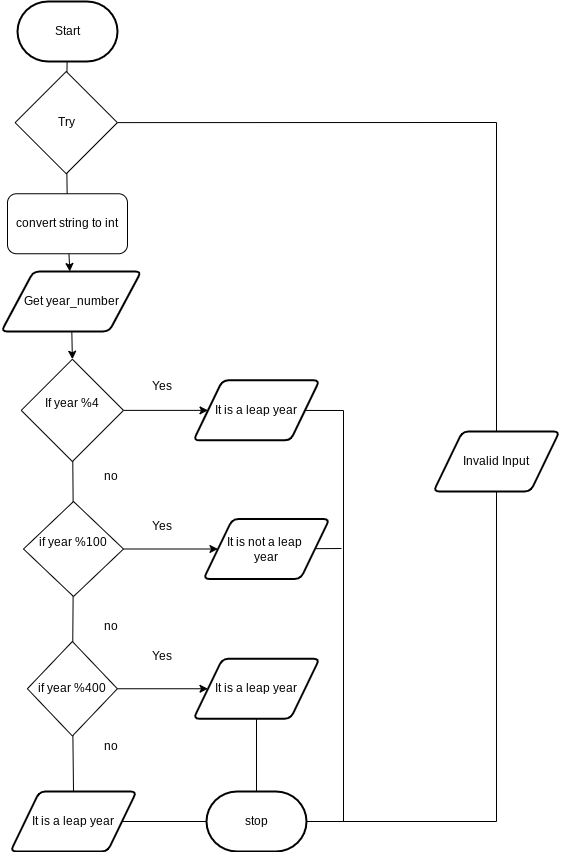
The draw.io diagram FlowChart3-07FIXED.png in JacksonNaufal/ICS3U-Unit3-08-Python, before a commit. Source tidied: cells renumbered, new cells last; positions are measured from the earlier drawing's top-left corner, leaving out a move shared by most shapes. Its diagram source:
```xml
<mxGraphModel>
  <root>
    <mxCell id="0" />
    <mxCell id="1" parent="0" />
    <mxCell id="2" style="edgeStyle=none;html=1;startArrow=none;" parent="1" edge="1" source="28" target="5">
      <mxGeometry relative="1" as="geometry" />
    </mxCell>
    <mxCell id="3" value="Start" style="strokeWidth=2;html=1;shape=mxgraph.flowchart.terminator;whiteSpace=wrap;" parent="1" vertex="1">
      <mxGeometry x="16" width="100" height="60" as="geometry" />
    </mxCell>
    <mxCell id="4" style="edgeStyle=none;html=1;entryX=0.5;entryY=0;entryDx=0;entryDy=0;" parent="1" edge="1" source="5" target="8">
      <mxGeometry relative="1" as="geometry" />
    </mxCell>
    <mxCell id="5" value="Get year_number" style="shape=parallelogram;html=1;strokeWidth=2;perimeter=parallelogramPerimeter;whiteSpace=wrap;rounded=1;arcSize=12;size=0.23;" parent="1" vertex="1">
      <mxGeometry x="-0.2" y="270" width="140" height="60" as="geometry" />
    </mxCell>
    <mxCell id="6" value="stop" style="strokeWidth=2;html=1;shape=mxgraph.flowchart.terminator;whiteSpace=wrap;rounded=1;" parent="1" vertex="1">
      <mxGeometry x="205" y="790" width="100" height="60" as="geometry" />
    </mxCell>
    <mxCell id="7" style="edgeStyle=none;html=1;" parent="1" edge="1" source="8" target="9">
      <mxGeometry relative="1" as="geometry" />
    </mxCell>
    <mxCell id="8" value="&lt;br&gt;If year %4&lt;br&gt;&lt;br&gt;&amp;nbsp;" style="rhombus;whiteSpace=wrap;html=1;" parent="1" vertex="1">
      <mxGeometry x="19.8" y="357.8" width="102.2" height="102.2" as="geometry" />
    </mxCell>
    <mxCell id="9" value="It is a leap year" style="shape=parallelogram;html=1;strokeWidth=2;perimeter=parallelogramPerimeter;whiteSpace=wrap;rounded=1;arcSize=12;size=0.23;" parent="1" vertex="1">
      <mxGeometry x="192" y="378.9" width="126" height="60" as="geometry" />
    </mxCell>
    <mxCell id="10" style="edgeStyle=none;rounded=0;html=1;entryX=0;entryY=0.5;entryDx=0;entryDy=0;" parent="1" edge="1" source="12" target="23">
      <mxGeometry relative="1" as="geometry" />
    </mxCell>
    <mxCell id="11" style="edgeStyle=none;rounded=0;html=1;entryX=0.5;entryY=0;entryDx=0;entryDy=0;endArrow=none;endFill=0;" parent="1" edge="1" source="12" target="35">
      <mxGeometry relative="1" as="geometry" />
    </mxCell>
    <mxCell id="12" value="&lt;br&gt;&lt;br&gt;&lt;br&gt;if year %400&lt;br&gt;&lt;br&gt;&lt;br&gt;&amp;nbsp;" style="rhombus;whiteSpace=wrap;html=1;" parent="1" vertex="1">
      <mxGeometry x="25.9" y="640" width="90" height="94.5" as="geometry" />
    </mxCell>
    <mxCell id="13" style="edgeStyle=none;html=1;endArrow=none;startArrow=none;" parent="1" edge="1" source="16" target="12">
      <mxGeometry relative="1" as="geometry" />
    </mxCell>
    <mxCell id="14" value="Yes" style="text;html=1;strokeColor=none;fillColor=none;align=center;verticalAlign=middle;whiteSpace=wrap;rounded=0;" parent="1" vertex="1">
      <mxGeometry x="131" y="370" width="60" height="30" as="geometry" />
    </mxCell>
    <mxCell id="15" style="edgeStyle=none;rounded=0;html=1;entryX=0;entryY=0.5;entryDx=0;entryDy=0;" parent="1" edge="1" source="16" target="20">
      <mxGeometry relative="1" as="geometry" />
    </mxCell>
    <mxCell id="16" value="&lt;br&gt;if year %100&lt;br&gt;&lt;br&gt;&amp;nbsp;" style="rhombus;whiteSpace=wrap;html=1;" parent="1" vertex="1">
      <mxGeometry x="22" y="500" width="100" height="95" as="geometry" />
    </mxCell>
    <mxCell id="17" style="edgeStyle=none;html=1;endArrow=none;" parent="1" edge="1" source="8" target="16">
      <mxGeometry relative="1" as="geometry" />
    </mxCell>
    <mxCell id="18" value="Yes" style="text;html=1;strokeColor=none;fillColor=none;align=center;verticalAlign=middle;whiteSpace=wrap;rounded=0;" parent="1" vertex="1">
      <mxGeometry x="131" y="510" width="60" height="30" as="geometry" />
    </mxCell>
    <mxCell id="19" style="edgeStyle=none;rounded=0;html=1;endArrow=none;endFill=0;" parent="1" edge="1" source="20">
      <mxGeometry relative="1" as="geometry">
        <mxPoint x="340" y="547" as="targetPoint" />
      </mxGeometry>
    </mxCell>
    <mxCell id="20" value="It is not a leap &lt;br&gt;year" style="shape=parallelogram;html=1;strokeWidth=2;perimeter=parallelogramPerimeter;whiteSpace=wrap;rounded=1;arcSize=12;size=0.23;" parent="1" vertex="1">
      <mxGeometry x="202" y="517.5" width="126" height="60" as="geometry" />
    </mxCell>
    <mxCell id="21" value="Yes" style="text;html=1;strokeColor=none;fillColor=none;align=center;verticalAlign=middle;whiteSpace=wrap;rounded=0;" parent="1" vertex="1">
      <mxGeometry x="131" y="640" width="60" height="30" as="geometry" />
    </mxCell>
    <mxCell id="22" style="edgeStyle=none;rounded=0;html=1;entryX=0.5;entryY=0;entryDx=0;entryDy=0;entryPerimeter=0;endArrow=none;endFill=0;" parent="1" edge="1" source="23" target="6">
      <mxGeometry relative="1" as="geometry" />
    </mxCell>
    <mxCell id="23" value="It is a leap year" style="shape=parallelogram;html=1;strokeWidth=2;perimeter=parallelogramPerimeter;whiteSpace=wrap;rounded=1;arcSize=12;size=0.23;" parent="1" vertex="1">
      <mxGeometry x="192" y="657.2" width="126" height="60" as="geometry" />
    </mxCell>
    <mxCell id="24" style="edgeStyle=none;html=1;rounded=0;endArrow=none;entryX=1;entryY=0.5;entryDx=0;entryDy=0;entryPerimeter=0;" parent="1" edge="1" source="9" target="6">
      <mxGeometry relative="1" as="geometry">
        <Array as="points">
          <mxPoint x="342" y="409" />
          <mxPoint x="342" y="820" />
        </Array>
      </mxGeometry>
    </mxCell>
    <mxCell id="25" style="edgeStyle=none;rounded=0;html=1;entryX=0.5;entryY=0;entryDx=0;entryDy=0;endArrow=none;endFill=0;" parent="1" edge="1" source="26" target="31">
      <mxGeometry relative="1" as="geometry">
        <Array as="points">
          <mxPoint x="495" y="121" />
        </Array>
      </mxGeometry>
    </mxCell>
    <mxCell id="26" value="Try" style="rhombus;whiteSpace=wrap;html=1;" parent="1" vertex="1">
      <mxGeometry x="13.6" y="70" width="102.2" height="102.2" as="geometry" />
    </mxCell>
    <mxCell id="27" style="edgeStyle=none;html=1;endArrow=none;" parent="1" edge="1" source="3" target="26">
      <mxGeometry relative="1" as="geometry" />
    </mxCell>
    <mxCell id="28" value="convert string to int" style="rounded=1;whiteSpace=wrap;html=1;" parent="1" vertex="1">
      <mxGeometry x="6" y="192.2" width="120" height="60" as="geometry" />
    </mxCell>
    <mxCell id="29" style="edgeStyle=none;html=1;startArrow=none;endArrow=none;" parent="1" edge="1" source="26" target="28">
      <mxGeometry relative="1" as="geometry" />
    </mxCell>
    <mxCell id="30" style="edgeStyle=none;rounded=0;html=1;entryX=1;entryY=0.5;entryDx=0;entryDy=0;entryPerimeter=0;endArrow=none;endFill=0;" parent="1" edge="1" source="31" target="6">
      <mxGeometry relative="1" as="geometry">
        <Array as="points">
          <mxPoint x="495" y="820" />
        </Array>
      </mxGeometry>
    </mxCell>
    <mxCell id="31" value="Invalid Input" style="shape=parallelogram;html=1;strokeWidth=2;perimeter=parallelogramPerimeter;whiteSpace=wrap;rounded=1;arcSize=12;size=0.23;" parent="1" vertex="1">
      <mxGeometry x="432" y="430" width="126" height="60" as="geometry" />
    </mxCell>
    <mxCell id="32" value="no" style="text;html=1;strokeColor=none;fillColor=none;align=center;verticalAlign=middle;whiteSpace=wrap;rounded=0;" parent="1" vertex="1">
      <mxGeometry x="79.8" y="460" width="60" height="30" as="geometry" />
    </mxCell>
    <mxCell id="33" value="no" style="text;html=1;strokeColor=none;fillColor=none;align=center;verticalAlign=middle;whiteSpace=wrap;rounded=0;" parent="1" vertex="1">
      <mxGeometry x="79.8" y="610" width="60" height="30" as="geometry" />
    </mxCell>
    <mxCell id="34" style="edgeStyle=none;rounded=0;html=1;entryX=0;entryY=0.5;entryDx=0;entryDy=0;entryPerimeter=0;endArrow=none;endFill=0;" parent="1" edge="1" source="35" target="6">
      <mxGeometry relative="1" as="geometry" />
    </mxCell>
    <mxCell id="35" value="It is a leap year" style="shape=parallelogram;html=1;strokeWidth=2;perimeter=parallelogramPerimeter;whiteSpace=wrap;rounded=1;arcSize=12;size=0.23;" parent="1" vertex="1">
      <mxGeometry x="9" y="790" width="126" height="60" as="geometry" />
    </mxCell>
    <mxCell id="36" value="no" style="text;html=1;strokeColor=none;fillColor=none;align=center;verticalAlign=middle;whiteSpace=wrap;rounded=0;" parent="1" vertex="1">
      <mxGeometry x="79.8" y="730" width="60" height="30" as="geometry" />
    </mxCell>
  </root>
</mxGraphModel>
```
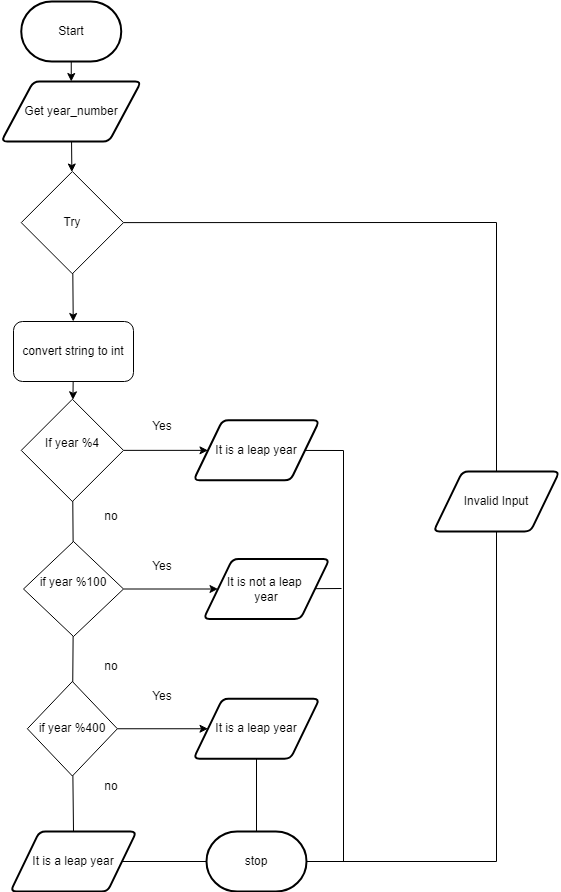
After the change.

Diff of the diagram source:
```diff
@@ -2,18 +2,12 @@
   <root>
     <mxCell id="0" />
     <mxCell id="1" parent="0" />
-    <mxCell id="2" style="edgeStyle=none;html=1;startArrow=none;" parent="1" edge="1" source="28" target="5">
-      <mxGeometry relative="1" as="geometry" />
-    </mxCell>
+    <mxCell id="37" style="edgeStyle=none;rounded=0;html=1;endArrow=classic;endFill=1;" parent="1" edge="1" source="3" target="5">
+      <mxGeometry relative="1" as="geometry" />
+    </mxCell>
     <mxCell id="3" value="Start" style="strokeWidth=2;html=1;shape=mxgraph.flowchart.terminator;whiteSpace=wrap;" parent="1" vertex="1">
-      <mxGeometry x="16" width="100" height="60" as="geometry" />
+      <mxGeometry x="19.8" y="-40" width="100" height="60" as="geometry" />
     </mxCell>
-    <mxCell id="4" style="edgeStyle=none;html=1;entryX=0.5;entryY=0;entryDx=0;entryDy=0;" parent="1" edge="1" source="5" target="8">
-      <mxGeometry relative="1" as="geometry" />
-    </mxCell>
-    <mxCell id="5" value="Get year_number" style="shape=parallelogram;html=1;strokeWidth=2;perimeter=parallelogramPerimeter;whiteSpace=wrap;rounded=1;arcSize=12;size=0.23;" parent="1" vertex="1">
-      <mxGeometry x="-0.2" y="270" width="140" height="60" as="geometry" />
-    </mxCell>
     <mxCell id="6" value="stop" style="strokeWidth=2;html=1;shape=mxgraph.flowchart.terminator;whiteSpace=wrap;rounded=1;" parent="1" vertex="1">
       <mxGeometry x="205" y="790" width="100" height="60" as="geometry" />
     </mxCell>
@@ -81,20 +75,20 @@
     <mxCell id="25" style="edgeStyle=none;rounded=0;html=1;entryX=0.5;entryY=0;entryDx=0;entryDy=0;endArrow=none;endFill=0;" parent="1" edge="1" source="26" target="31">
       <mxGeometry relative="1" as="geometry">
         <Array as="points">
-          <mxPoint x="495" y="121" />
+          <mxPoint x="495" y="181" />
         </Array>
       </mxGeometry>
     </mxCell>
     <mxCell id="26" value="Try" style="rhombus;whiteSpace=wrap;html=1;" parent="1" vertex="1">
-      <mxGeometry x="13.6" y="70" width="102.2" height="102.2" as="geometry" />
+      <mxGeometry x="19.8" y="130" width="102.2" height="102.2" as="geometry" />
     </mxCell>
-    <mxCell id="27" style="edgeStyle=none;html=1;endArrow=none;" parent="1" edge="1" source="3" target="26">
-      <mxGeometry relative="1" as="geometry" />
-    </mxCell>
+    <mxCell id="38" style="edgeStyle=none;html=1;" parent="1" edge="1" source="28" target="8">
+      <mxGeometry relative="1" as="geometry" />
+    </mxCell>
     <mxCell id="28" value="convert string to int" style="rounded=1;whiteSpace=wrap;html=1;" parent="1" vertex="1">
-      <mxGeometry x="6" y="192.2" width="120" height="60" as="geometry" />
+      <mxGeometry x="12" y="280" width="120" height="60" as="geometry" />
     </mxCell>
-    <mxCell id="29" style="edgeStyle=none;html=1;startArrow=none;endArrow=none;" parent="1" edge="1" source="26" target="28">
+    <mxCell id="29" style="edgeStyle=none;html=1;startArrow=none;endArrow=classic;endFill=1;" parent="1" edge="1" source="26" target="28">
       <mxGeometry relative="1" as="geometry" />
     </mxCell>
     <mxCell id="30" style="edgeStyle=none;rounded=0;html=1;entryX=1;entryY=0.5;entryDx=0;entryDy=0;entryPerimeter=0;endArrow=none;endFill=0;" parent="1" edge="1" source="31" target="6">
@@ -122,5 +116,11 @@
     <mxCell id="36" value="no" style="text;html=1;strokeColor=none;fillColor=none;align=center;verticalAlign=middle;whiteSpace=wrap;rounded=0;" parent="1" vertex="1">
       <mxGeometry x="79.8" y="730" width="60" height="30" as="geometry" />
     </mxCell>
+    <mxCell id="39" style="edgeStyle=none;rounded=0;html=1;endArrow=classic;endFill=1;" parent="1" edge="1" source="5" target="26">
+      <mxGeometry relative="1" as="geometry" />
+    </mxCell>
+    <mxCell id="5" value="Get year_number" style="shape=parallelogram;html=1;strokeWidth=2;perimeter=parallelogramPerimeter;whiteSpace=wrap;rounded=1;arcSize=12;size=0.23;" parent="1" vertex="1">
+      <mxGeometry x="-0.2" y="40" width="140" height="60" as="geometry" />
+    </mxCell>
   </root>
 </mxGraphModel>
```
